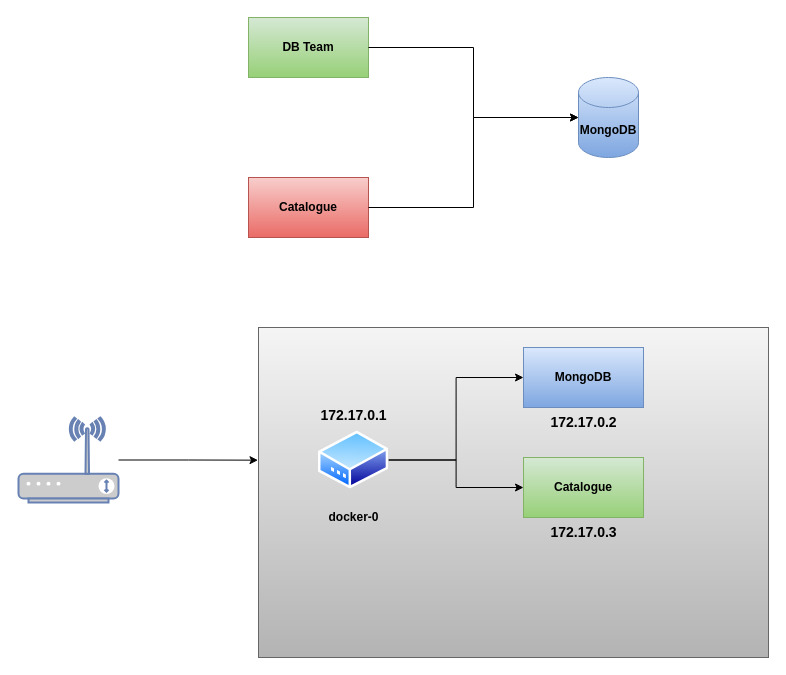
Earlier version of the draw.io diagram mongodb.drawio (daws-84s/diagrams). Source tidied: cells renumbered, new cells numbered last; positions are measured from the earlier drawing's top-left corner, leaving out a move shared by most shapes. Both pictures are drawn from the tidied source at 100%, with x=0, y=0 at pixel (18, 17).
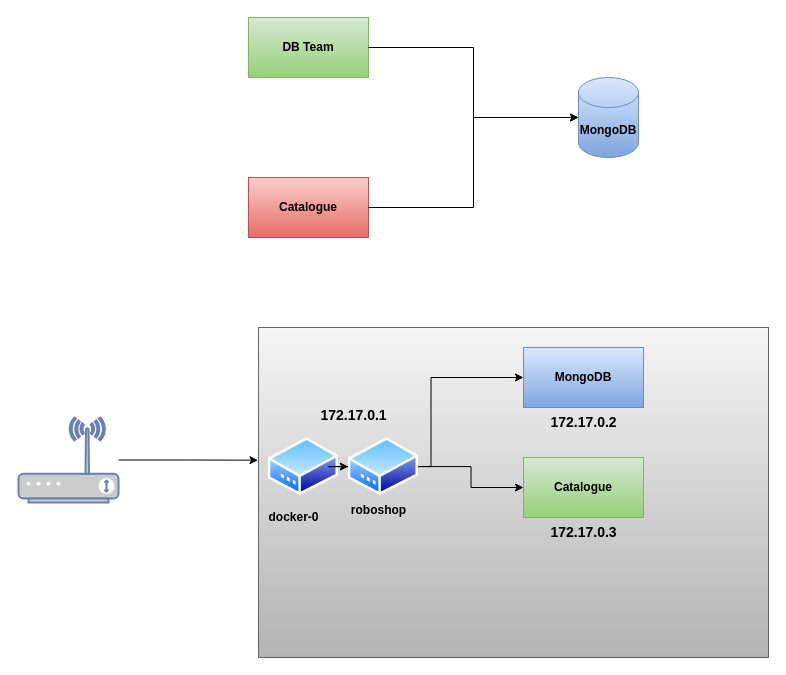
Above is the later version.

Unchanged cells that the change refers to:
```xml
<mxCell id="15" value="&lt;b&gt;Catalogue&lt;/b&gt;" style="rounded=0;whiteSpace=wrap;html=1;fillColor=#d5e8d4;gradientColor=#97d077;strokeColor=#82b366;" parent="1" vertex="1">
  <mxGeometry x="505" y="440" width="120" height="60" as="geometry" />
</mxCell>
```

Diff of the diagram source:
```diff
@@
-    <mxCell id="11" style="edgeStyle=orthogonalEdgeStyle;rounded=0;jettySize=auto;html=1;entryX=0;entryY=0.5;entryDx=0;entryDy=0;" parent="1" edge="1" source="12" target="15">
+    <mxCell id="11" style="edgeStyle=orthogonalEdgeStyle;rounded=0;jettySize=auto;html=1;entryX=0;entryY=0.5;entryDx=0;entryDy=0;" parent="1" edge="1" source="21" target="15">
       <mxGeometry relative="1" as="geometry" />
     </mxCell>
     <mxCell id="12" style="image;perimeter=ellipsePerimeter;html=1;align=center;shadow=0;dashed=0;spacingTop=3;image=img/lib/active_directory/modem.svg;" parent="1" vertex="1">
-      <mxGeometry x="300" y="413.4" width="70.2" height="58.2" as="geometry" />
+      <mxGeometry x="249.8" y="420" width="70.2" height="58.2" as="geometry" />
     </mxCell>
     <mxCell id="13" value="&lt;b&gt;docker-0&lt;/b&gt;" style="text;html=1;align=center;verticalAlign=middle;strokeColor=none;fillColor=none;" parent="1" vertex="1">
-      <mxGeometry x="300" y="485" width="70" height="30" as="geometry" />
+      <mxGeometry x="240" y="485" width="70" height="30" as="geometry" />
     </mxCell>
@@
+    <mxCell id="19" value="&lt;b&gt;roboshop&lt;/b&gt;" style="text;html=1;align=center;verticalAlign=middle;strokeColor=none;fillColor=none;" parent="1" vertex="1">
+      <mxGeometry x="320" y="478.2" width="80" height="30" as="geometry" />
+    </mxCell>
+    <mxCell id="20" style="edgeStyle=orthogonalEdgeStyle;rounded=0;jettySize=auto;html=1;entryX=0;entryY=0.5;entryDx=0;entryDy=0;" parent="1" edge="1" source="12" target="21">
+      <mxGeometry relative="1" as="geometry" />
+    </mxCell>
+    <mxCell id="21" style="image;perimeter=ellipsePerimeter;html=1;align=center;shadow=0;dashed=0;spacingTop=3;image=img/lib/active_directory/modem.svg;" parent="1" vertex="1">
+      <mxGeometry x="329.8" y="420" width="70.2" height="58.2" as="geometry" />
+    </mxCell>
```
